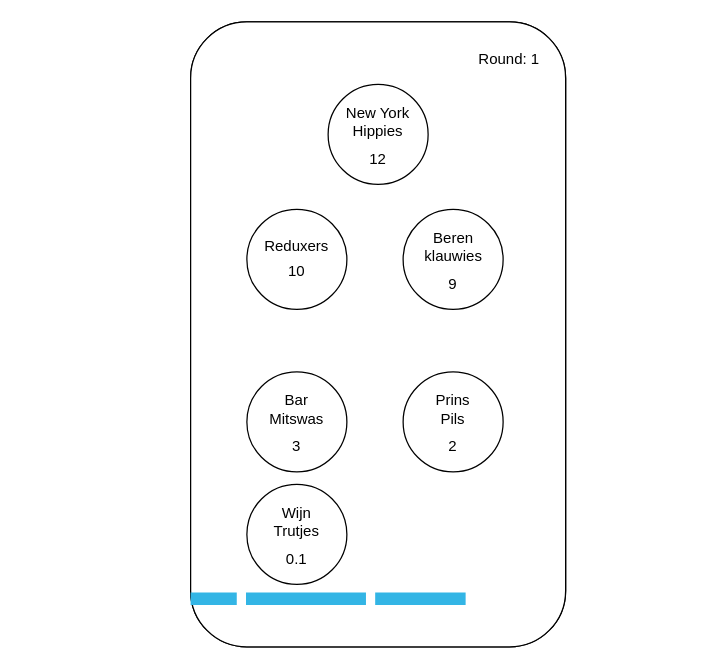
Before: page "Intermission" (2 of 2) of assets/Score/ScoreboardApp.drawio in TBeeren/PubQuiz, a draw.io diagram. Source tidied: cells renumbered, new cells numbered last; positions are measured from the earlier drawing's top-left corner, leaving out a move shared by most shapes. Both pictures are drawn from the tidied source at 125%, with x=0, y=0 at pixel (190, 21).
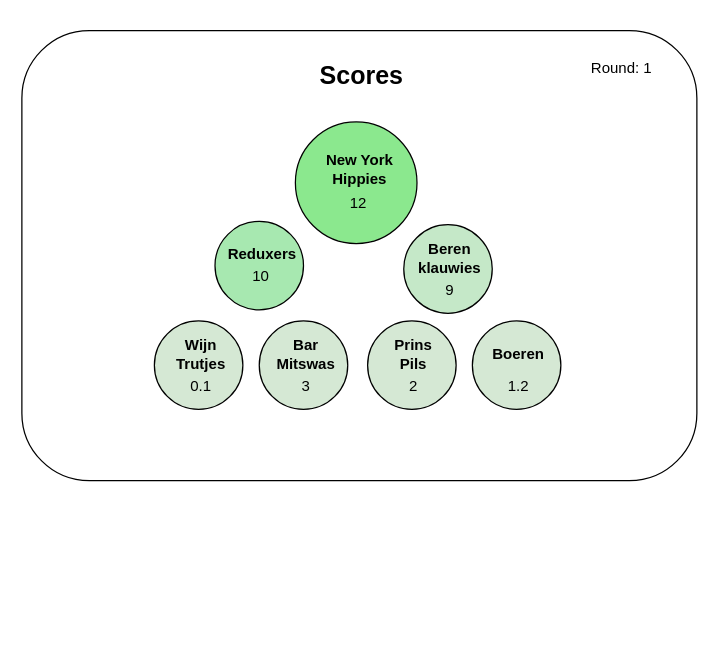
The same diagram, later.

What changed in the source:
```diff
@@
-    <mxCell id="2" style="rounded=1;whiteSpace=wrap;html=1;" parent="1" vertex="1">
-      <mxGeometry width="300" height="500" as="geometry" />
-    </mxCell>
     <mxCell id="3" style="rounded=1;whiteSpace=wrap;html=1;align=center;" parent="1" vertex="1">
-      <mxGeometry width="300" height="500" as="geometry" />
+      <mxGeometry x="-135" y="7" width="540" height="360" as="geometry" />
     </mxCell>
+    <mxCell id="24" value="Round: 1" style="text;html=1;strokeColor=none;fillColor=none;align=center;verticalAlign=middle;whiteSpace=wrap;rounded=0;" parent="1" vertex="1">
+      <mxGeometry x="310" y="27" width="70" height="20" as="geometry" />
+    </mxCell>
+    <mxCell id="25" value="Scores" style="text;html=1;strokeColor=none;fillColor=none;align=center;verticalAlign=middle;whiteSpace=wrap;rounded=0;fontSize=20;fontStyle=1;" parent="1" vertex="1">
+      <mxGeometry x="42" y="27" width="190" height="30" as="geometry" />
+    </mxCell>
+    <mxCell id="26" style="group;" parent="1" vertex="1">
+      <mxGeometry x="-29" y="80" width="329" height="230" as="geometry" />
+    </mxCell>
+    <mxCell id="9" style="ellipse;whiteSpace=wrap;html=1;fillColor=#8BE88E;" parent="26" vertex="1">
+      <mxGeometry x="112.8" width="97.3" height="97.3" as="geometry" />
+    </mxCell>
+    <mxCell id="14" value="&lt;b&gt;New York Hippies&lt;/b&gt;" style="text;html=1;strokeColor=none;fillColor=none;align=center;verticalAlign=middle;whiteSpace=wrap;rounded=0;" parent="26" vertex="1">
+      <mxGeometry x="126.8" y="29.2" width="74.6" height="17.7" as="geometry" />
+    </mxCell>
+    <mxCell id="18" value="12" style="text;html=1;strokeColor=none;fillColor=none;align=center;verticalAlign=middle;whiteSpace=wrap;rounded=0;" parent="26" vertex="1">
+      <mxGeometry x="145.4" y="55.7" width="37.3" height="17.7" as="geometry" />
+    </mxCell>
+    <mxCell id="27" style="group;" parent="26" vertex="1">
+      <mxGeometry x="48.5" y="79.6" width="74.6" height="70.8" as="geometry" />
+    </mxCell>
+    <mxCell id="8" style="ellipse;whiteSpace=wrap;html=1;fillColor=#A7E8B0;" parent="27" vertex="1">
+      <mxGeometry width="70.8" height="70.8" as="geometry" />
+    </mxCell>
+    <mxCell id="11" value="&lt;b&gt;Reduxers&lt;/b&gt;" style="text;html=1;strokeColor=none;fillColor=none;align=center;verticalAlign=middle;whiteSpace=wrap;rounded=0;" parent="27" vertex="1">
+      <mxGeometry x="14" y="17.7" width="46.6" height="17.7" as="geometry" />
+    </mxCell>
+    <mxCell id="17" value="10" style="text;html=1;strokeColor=none;fillColor=none;align=center;verticalAlign=middle;whiteSpace=wrap;rounded=0;" parent="27" vertex="1">
+      <mxGeometry x="18.6" y="35.4" width="37.3" height="17.7" as="geometry" />
+    </mxCell>
+    <mxCell id="28" style="group;" parent="26" vertex="1">
+      <mxGeometry x="199.5" y="82.3" width="74.6" height="70.8" as="geometry" />
+    </mxCell>
+    <mxCell id="7" style="ellipse;whiteSpace=wrap;html=1;fillColor=#C5E8C8;" parent="28" vertex="1">
+      <mxGeometry width="70.8" height="70.8" as="geometry" />
+    </mxCell>
+    <mxCell id="13" value="&lt;b&gt;Beren&lt;br&gt;klauwies&lt;/b&gt;" style="text;html=1;strokeColor=none;fillColor=none;align=center;verticalAlign=middle;whiteSpace=wrap;rounded=0;" parent="28" vertex="1">
+      <mxGeometry x="11.7" y="17.7" width="51.3" height="17.7" as="geometry" />
+    </mxCell>
+    <mxCell id="19" value="9" style="text;html=1;strokeColor=none;fillColor=none;align=center;verticalAlign=middle;whiteSpace=wrap;rounded=0;" parent="28" vertex="1">
+      <mxGeometry x="18.6" y="44.2" width="37.3" height="17.7" as="geometry" />
+    </mxCell>
+    <mxCell id="29" style="group;" parent="26" vertex="1">
+      <mxGeometry x="142.6" y="159.2" width="74.6" height="70.8" as="geometry" />
+    </mxCell>
+    <mxCell id="30" style="group;" parent="26" vertex="1">
+      <mxGeometry y="159.2" width="74.6" height="70.8" as="geometry" />
+    </mxCell>
+    <mxCell id="6" style="ellipse;whiteSpace=wrap;html=1;fillColor=#D5E8D4;" parent="30" vertex="1">
+      <mxGeometry width="70.8" height="70.8" as="geometry" />
+    </mxCell>
+    <mxCell id="16" value="&lt;b&gt;Wijn&lt;br&gt;Trutjes&lt;/b&gt;" style="text;html=1;strokeColor=none;fillColor=none;align=center;verticalAlign=middle;whiteSpace=wrap;rounded=0;" parent="30" vertex="1">
+      <mxGeometry x="18.6" y="17.7" width="37.3" height="17.7" as="geometry" />
+    </mxCell>
+    <mxCell id="22" value="0.1" style="text;html=1;strokeColor=none;fillColor=none;align=center;verticalAlign=middle;whiteSpace=wrap;rounded=0;" parent="30" vertex="1">
+      <mxGeometry x="18.6" y="44.2" width="37.3" height="17.7" as="geometry" />
+    </mxCell>
+    <mxCell id="31" style="group;" parent="26" vertex="1">
+      <mxGeometry x="83.9" y="159.2" width="74.6" height="70.8" as="geometry" />
+    </mxCell>
-    <mxCell id="4" style="ellipse;whiteSpace=wrap;html=1;" parent="1" vertex="1">
-      <mxGeometry x="45" y="280" width="80" height="80" as="geometry" />
+    <mxCell id="4" style="ellipse;whiteSpace=wrap;html=1;fillColor=#D5E8D4;" parent="31" vertex="1">
+      <mxGeometry width="70.8" height="70.8" as="geometry" />
     </mxCell>
+    <mxCell id="12" value="&lt;b&gt;Bar&lt;br&gt;Mitswas&lt;/b&gt;" style="text;html=1;strokeColor=none;fillColor=none;align=center;verticalAlign=middle;whiteSpace=wrap;rounded=0;" parent="31" vertex="1">
+      <mxGeometry x="14" y="17.7" width="46.6" height="17.7" as="geometry" />
+    </mxCell>
+    <mxCell id="20" value="3" style="text;html=1;strokeColor=none;fillColor=none;align=center;verticalAlign=middle;whiteSpace=wrap;rounded=0;" parent="31" vertex="1">
+      <mxGeometry x="18.6" y="44.2" width="37.3" height="17.7" as="geometry" />
+    </mxCell>
-    <mxCell id="5" style="ellipse;whiteSpace=wrap;html=1;" parent="1" vertex="1">
-      <mxGeometry x="170" y="280" width="80" height="80" as="geometry" />
+    <mxCell id="5" style="ellipse;whiteSpace=wrap;html=1;fillColor=#D5E8D4;" parent="26" vertex="1">
+      <mxGeometry x="170.6" y="159.2" width="70.8" height="70.8" as="geometry" />
     </mxCell>
-    <mxCell id="6" style="ellipse;whiteSpace=wrap;html=1;" parent="1" vertex="1">
-      <mxGeometry x="45" y="370" width="80" height="80" as="geometry" />
-    </mxCell>
-    <mxCell id="7" style="ellipse;whiteSpace=wrap;html=1;" parent="1" vertex="1">
-      <mxGeometry x="170" y="150" width="80" height="80" as="geometry" />
-    </mxCell>
-    <mxCell id="8" style="ellipse;whiteSpace=wrap;html=1;" parent="1" vertex="1">
-      <mxGeometry x="45" y="150" width="80" height="80" as="geometry" />
-    </mxCell>
-    <mxCell id="9" style="ellipse;whiteSpace=wrap;html=1;" parent="1" vertex="1">
-      <mxGeometry x="110" y="50" width="80" height="80" as="geometry" />
-    </mxCell>
-    <mxCell id="10" style="edgeStyle=orthogonalEdgeStyle;rounded=0;orthogonalLoop=1;jettySize=auto;html=1;exitX=0.5;exitY=1;exitDx=0;exitDy=0;" parent="1" edge="1" source="11" target="11">
-      <mxGeometry relative="1" as="geometry" />
-    </mxCell>
-    <mxCell id="11" value="Reduxers" style="text;html=1;strokeColor=none;fillColor=none;align=center;verticalAlign=middle;whiteSpace=wrap;rounded=0;" parent="1" vertex="1">
-      <mxGeometry x="60" y="170" width="50" height="20" as="geometry" />
-    </mxCell>
-    <mxCell id="12" value="Bar&lt;br&gt;Mitswas" style="text;html=1;strokeColor=none;fillColor=none;align=center;verticalAlign=middle;whiteSpace=wrap;rounded=0;" parent="1" vertex="1">
-      <mxGeometry x="60" y="300" width="50" height="20" as="geometry" />
-    </mxCell>
-    <mxCell id="13" value="Beren&lt;br&gt;klauwies" style="text;html=1;strokeColor=none;fillColor=none;align=center;verticalAlign=middle;whiteSpace=wrap;rounded=0;" parent="1" vertex="1">
-      <mxGeometry x="182.5" y="170" width="55" height="20" as="geometry" />
-    </mxCell>
-    <mxCell id="14" value="New York Hippies" style="text;html=1;strokeColor=none;fillColor=none;align=center;verticalAlign=middle;whiteSpace=wrap;rounded=0;" parent="1" vertex="1">
-      <mxGeometry x="110" y="70" width="80" height="20" as="geometry" />
-    </mxCell>
+    <mxCell id="32" style="group;" parent="26" vertex="1">
+      <mxGeometry x="189.2" y="176.9" width="37.3" height="44.2" as="geometry" />
+    </mxCell>
-    <mxCell id="15" value="Prins&lt;br&gt;Pils" style="text;html=1;strokeColor=none;fillColor=none;align=center;verticalAlign=middle;whiteSpace=wrap;rounded=0;" parent="1" vertex="1">
-      <mxGeometry x="190" y="300" width="40" height="20" as="geometry" />
+    <mxCell id="15" value="&lt;b&gt;Prins&lt;br&gt;Pils&lt;/b&gt;" style="text;html=1;strokeColor=none;fillColor=none;align=center;verticalAlign=middle;whiteSpace=wrap;rounded=0;" parent="32" vertex="1">
+      <mxGeometry width="37.3" height="17.7" as="geometry" />
     </mxCell>
-    <mxCell id="16" value="Wijn&lt;br&gt;Trutjes" style="text;html=1;strokeColor=none;fillColor=none;align=center;verticalAlign=middle;whiteSpace=wrap;rounded=0;" parent="1" vertex="1">
-      <mxGeometry x="65" y="390" width="40" height="20" as="geometry" />
-    </mxCell>
-    <mxCell id="17" value="10" style="text;html=1;strokeColor=none;fillColor=none;align=center;verticalAlign=middle;whiteSpace=wrap;rounded=0;" parent="1" vertex="1">
-      <mxGeometry x="65" y="190" width="40" height="20" as="geometry" />
-    </mxCell>
-    <mxCell id="18" value="12" style="text;html=1;strokeColor=none;fillColor=none;align=center;verticalAlign=middle;whiteSpace=wrap;rounded=0;" parent="1" vertex="1">
-      <mxGeometry x="130" y="100" width="40" height="20" as="geometry" />
-    </mxCell>
-    <mxCell id="19" value="9" style="text;html=1;strokeColor=none;fillColor=none;align=center;verticalAlign=middle;whiteSpace=wrap;rounded=0;" parent="1" vertex="1">
-      <mxGeometry x="190" y="200" width="40" height="20" as="geometry" />
-    </mxCell>
-    <mxCell id="20" value="3" style="text;html=1;strokeColor=none;fillColor=none;align=center;verticalAlign=middle;whiteSpace=wrap;rounded=0;" parent="1" vertex="1">
-      <mxGeometry x="65" y="330" width="40" height="20" as="geometry" />
-    </mxCell>
-    <mxCell id="21" value="2" style="text;html=1;strokeColor=none;fillColor=none;align=center;verticalAlign=middle;whiteSpace=wrap;rounded=0;" parent="1" vertex="1">
-      <mxGeometry x="190" y="330" width="40" height="20" as="geometry" />
+    <mxCell id="21" value="2" style="text;html=1;strokeColor=none;fillColor=none;align=center;verticalAlign=middle;whiteSpace=wrap;rounded=0;" parent="32" vertex="1">
+      <mxGeometry y="26.5" width="37.3" height="17.7" as="geometry" />
     </mxCell>
-    <mxCell id="22" value="0.1" style="text;html=1;strokeColor=none;fillColor=none;align=center;verticalAlign=middle;whiteSpace=wrap;rounded=0;" parent="1" vertex="1">
-      <mxGeometry x="65" y="420" width="40" height="20" as="geometry" />
-    </mxCell>
-    <mxCell id="23" style="verticalLabelPosition=bottom;verticalAlign=top;html=1;shadow=0;dashed=0;strokeWidth=10;shape=mxgraph.android.indeterminate_progress_bar;strokeColor=#33B5E5;fontSize=20;perimeterSpacing=0;" parent="1" vertex="1">
-      <mxGeometry y="460" width="220" height="3" as="geometry" />
-    </mxCell>
-    <mxCell id="24" value="Round: 1" style="text;html=1;strokeColor=none;fillColor=none;align=center;verticalAlign=middle;whiteSpace=wrap;rounded=0;" parent="1" vertex="1">
-      <mxGeometry x="220" y="20" width="70" height="20" as="geometry" />
-    </mxCell>
+    <mxCell id="33" style="group;" parent="26" vertex="1">
+      <mxGeometry x="254.4" y="159.2" width="74.6" height="70.8" as="geometry" />
+    </mxCell>
+    <mxCell id="34" style="ellipse;whiteSpace=wrap;html=1;fillColor=#D5E8D4;" parent="33" vertex="1">
+      <mxGeometry width="70.8" height="70.8" as="geometry" />
+    </mxCell>
+    <mxCell id="35" value="&lt;b&gt;Boeren&lt;/b&gt;" style="text;html=1;strokeColor=none;fillColor=none;align=center;verticalAlign=middle;whiteSpace=wrap;rounded=0;" parent="33" vertex="1">
+      <mxGeometry x="18.6" y="17.7" width="37.3" height="17.7" as="geometry" />
+    </mxCell>
+    <mxCell id="36" value="1.2" style="text;html=1;strokeColor=none;fillColor=none;align=center;verticalAlign=middle;whiteSpace=wrap;rounded=0;" parent="33" vertex="1">
+      <mxGeometry x="18.6" y="44.2" width="37.3" height="17.7" as="geometry" />
+    </mxCell>
```
